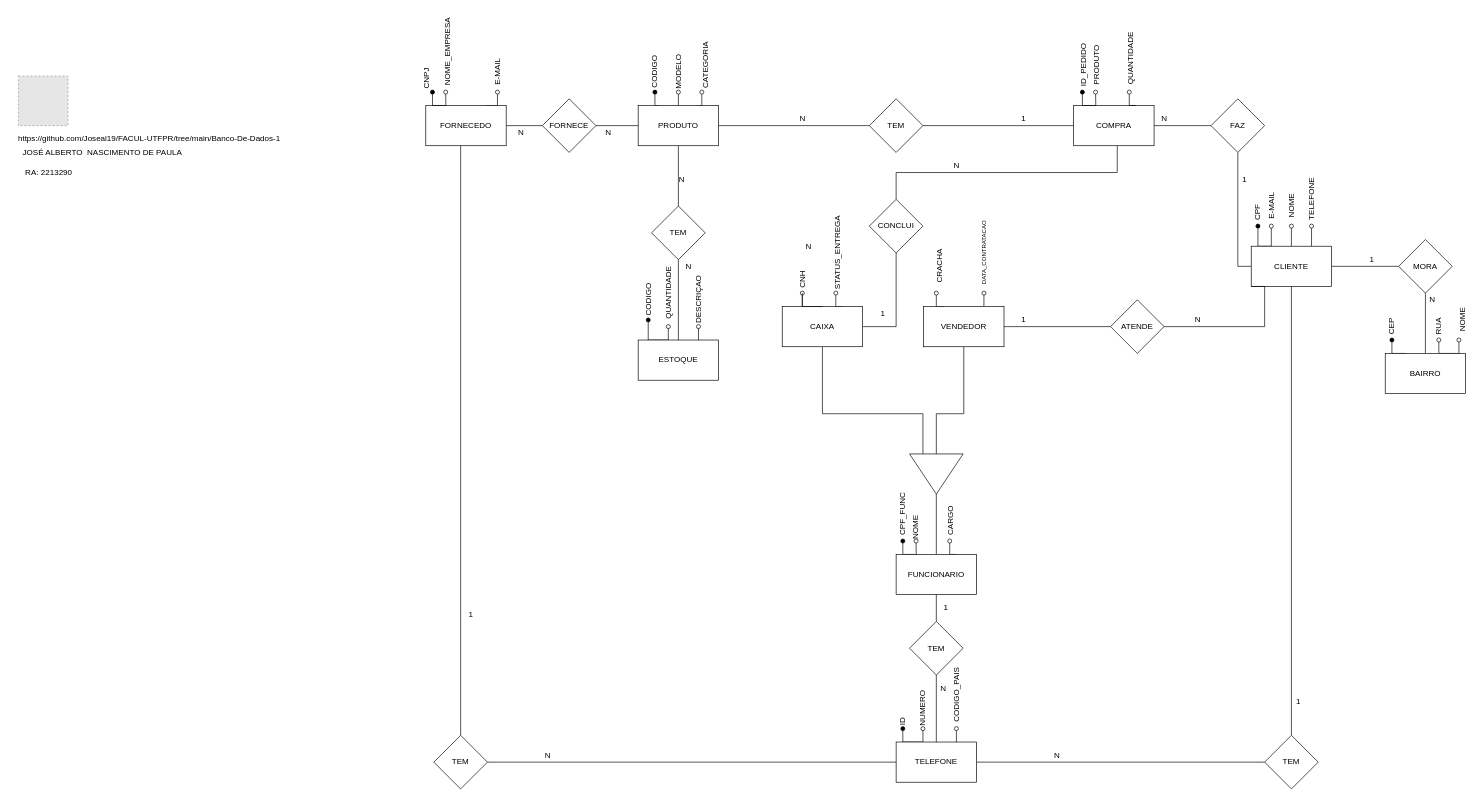
Before: Banco-De-Dados-1/Modelo Entidade-Relacionamento/Modelo-Entidade-Relacionamento.drawio in Joseal19/FACUL-UTFPR, a draw.io diagram. Source tidied: cells renumbered, new cells numbered last; positions are measured from the earlier drawing's top-left corner, leaving out a move shared by most shapes. Both pictures are drawn from the tidied source at 67%, with x=0, y=0 at pixel (11, 45). Pictures stored in the file or linked from it are replaced by grey dashed boxes.
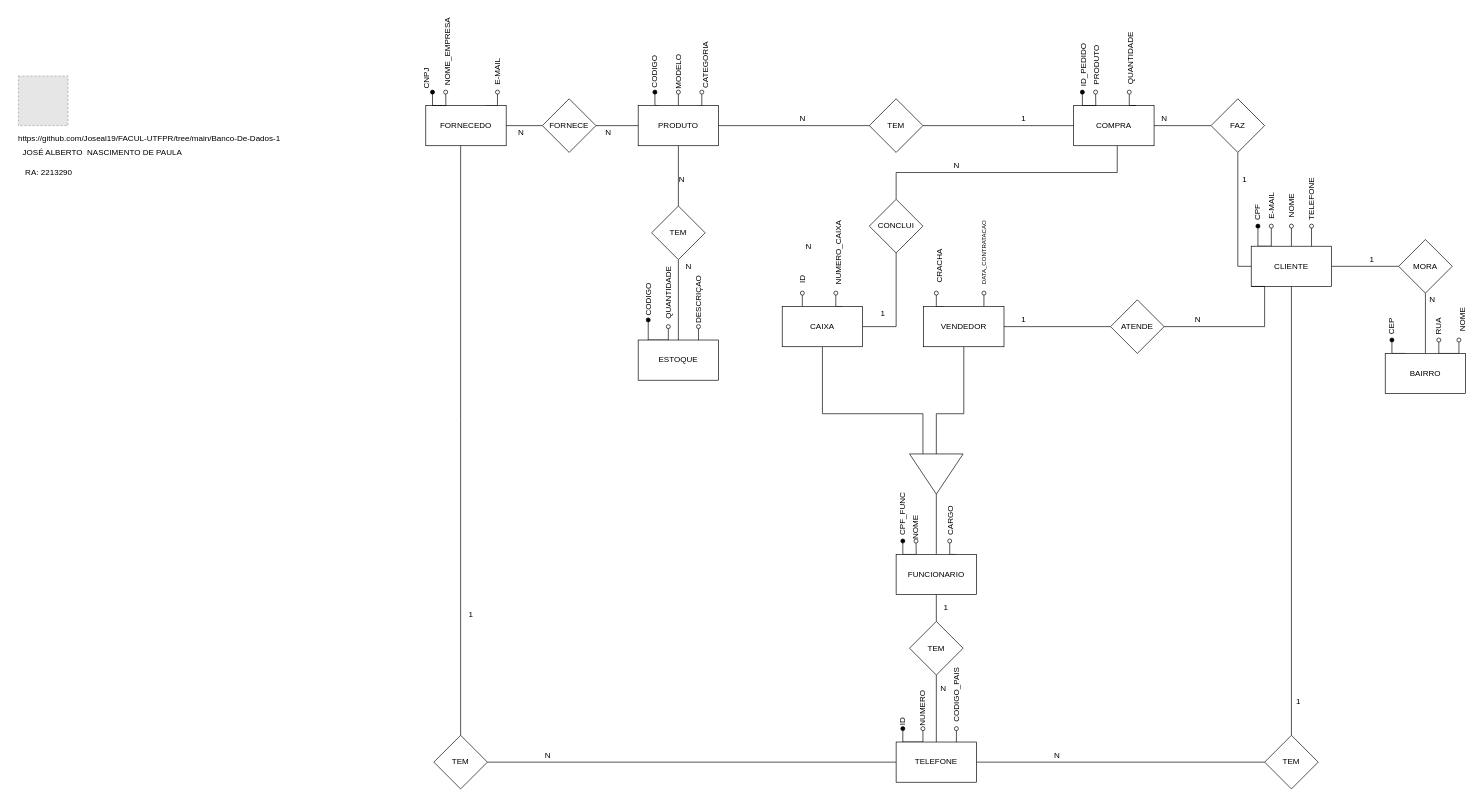
Above is the later version.

Unchanged cells that the change refers to:
```xml
<mxCell id="33" value="CAIXA" style="whiteSpace=wrap;html=1;rounded=0;" parent="1" vertex="1">
  <mxGeometry x="1150" y="390" width="120" height="60" as="geometry" />
</mxCell>
```

What changed in the source:
```diff
@@
-    <mxCell id="34" style="edgeStyle=orthogonalEdgeStyle;rounded=0;jettySize=auto;html=1;endArrow=none;endFill=0;" parent="1" edge="1" source="35" target="33">
-      <mxGeometry relative="1" as="geometry" />
-    </mxCell>
-    <mxCell id="35" value="CNH" style="text;html=1;align=center;verticalAlign=middle;points=[];strokeColor=none;fillColor=none;rotation=-90;" parent="1" vertex="1">
-      <mxGeometry x="1160" y="340" width="40" height="20" as="geometry" />
+    <mxCell id="35" value="ID" style="text;html=1;align=center;verticalAlign=middle;points=[];strokeColor=none;fillColor=none;rotation=-90;" parent="1" vertex="1">
+      <mxGeometry x="1165" y="340" width="30" height="20" as="geometry" />
     </mxCell>
@@
-    <mxCell id="90" value="STATUS_ENTREGA" style="text;html=1;align=center;verticalAlign=middle;strokeColor=none;fillColor=none;rotation=-90;" parent="1" vertex="1">
-      <mxGeometry x="1168" y="300" width="130" height="20" as="geometry" />
+    <mxCell id="90" value="NUMERO_CAIXA&lt;br&gt;" style="text;html=1;align=center;verticalAlign=middle;strokeColor=none;fillColor=none;rotation=-90;" parent="1" vertex="1">
+      <mxGeometry x="1179" y="300" width="110" height="20" as="geometry" />
     </mxCell>
```
